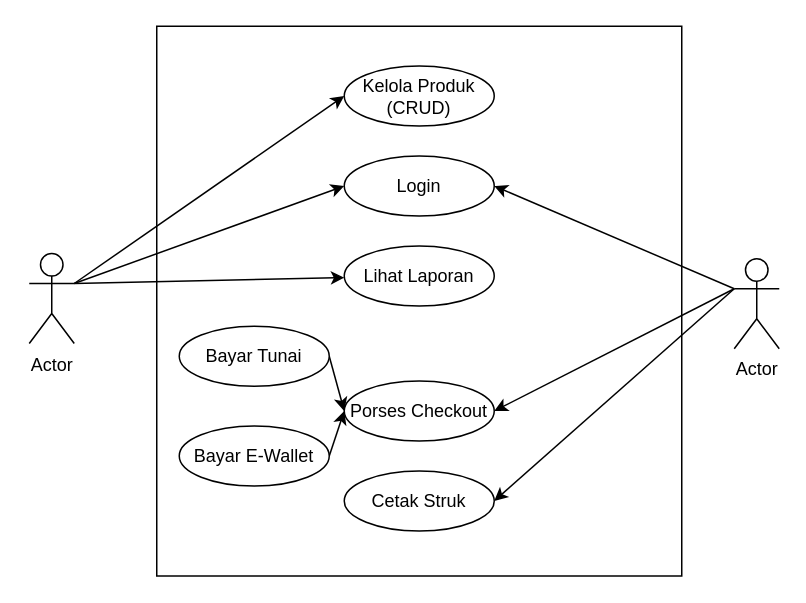
Above: page "usecase" (4 of 5) of praktikum/week6-uml-solid/src/uml/usecase_activity_sequence_class.drawio in yuriya-dev/oop-202501-240202889 (draw.io), before the change. Source tidied: cells renumbered, new cells numbered last; positions are measured from the earlier drawing's top-left corner, leaving out a move shared by most shapes. Both pictures are drawn from the tidied source at 150%, with x=0, y=0 at pixel (28, 26).
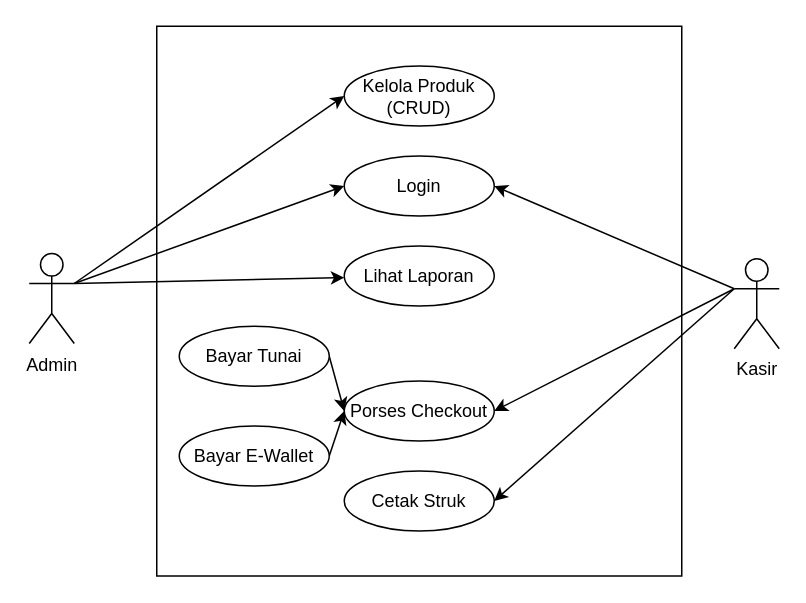
The same page after the edit.

Diff of the diagram source:
```diff
@@
 <mxGraphModel>
   <root>
     <mxCell id="0" />
     <mxCell id="1" parent="0" />
     <mxCell id="2" style="rounded=0;whiteSpace=wrap;html=1;" parent="1" vertex="1">
       <mxGeometry x="85" width="350" height="366.5" as="geometry" />
     </mxCell>
     <mxCell id="3" style="rounded=0;jettySize=auto;html=1;exitX=1;exitY=0.3333333333333333;exitDx=0;exitDy=0;exitPerimeter=0;entryX=0;entryY=0.5;entryDx=0;entryDy=0;" parent="1" edge="1" source="6" target="7">
       <mxGeometry relative="1" as="geometry" />
     </mxCell>
     <mxCell id="4" style="rounded=0;jettySize=auto;html=1;exitX=1;exitY=0.3333333333333333;exitDx=0;exitDy=0;exitPerimeter=0;entryX=0;entryY=0.5;entryDx=0;entryDy=0;" parent="1" edge="1" source="6" target="8">
       <mxGeometry relative="1" as="geometry" />
     </mxCell>
     <mxCell id="5" style="rounded=0;jettySize=auto;html=1;exitX=1;exitY=0.3333333333333333;exitDx=0;exitDy=0;exitPerimeter=0;" parent="1" edge="1" source="6" target="9">
       <mxGeometry relative="1" as="geometry" />
     </mxCell>
-    <mxCell id="6" value="Actor" style="shape=umlActor;verticalLabelPosition=bottom;verticalAlign=top;html=1;outlineConnect=0;" parent="1" vertex="1">
+    <mxCell id="6" value="Admin" style="shape=umlActor;verticalLabelPosition=bottom;verticalAlign=top;html=1;outlineConnect=0;" parent="1" vertex="1">
       <mxGeometry y="151.5" width="30" height="60" as="geometry" />
     </mxCell>
     <mxCell id="7" value="Kelola Produk (CRUD)" style="ellipse;whiteSpace=wrap;html=1;" parent="1" vertex="1">
       <mxGeometry x="210" y="26.5" width="100" height="40" as="geometry" />
     </mxCell>
     <mxCell id="8" value="Login" style="ellipse;whiteSpace=wrap;html=1;" parent="1" vertex="1">
       <mxGeometry x="210" y="86.5" width="100" height="40" as="geometry" />
     </mxCell>
     <mxCell id="9" value="Lihat Laporan" style="ellipse;whiteSpace=wrap;html=1;" parent="1" vertex="1">
       <mxGeometry x="210" y="146.5" width="100" height="40" as="geometry" />
     </mxCell>
     <mxCell id="10" style="rounded=0;jettySize=auto;html=1;exitX=1;exitY=0.5;exitDx=0;exitDy=0;entryX=0;entryY=0.5;entryDx=0;entryDy=0;" parent="1" edge="1" source="11" target="18">
       <mxGeometry relative="1" as="geometry" />
     </mxCell>
     <mxCell id="11" value="Bayar Tunai" style="ellipse;whiteSpace=wrap;html=1;" parent="1" vertex="1">
       <mxGeometry x="100" y="200" width="100" height="40" as="geometry" />
     </mxCell>
     <mxCell id="12" style="rounded=0;jettySize=auto;html=1;exitX=0;exitY=0.3333333333333333;exitDx=0;exitDy=0;exitPerimeter=0;entryX=1;entryY=0.5;entryDx=0;entryDy=0;" parent="1" edge="1" source="15" target="8">
       <mxGeometry relative="1" as="geometry" />
     </mxCell>
     <mxCell id="13" style="rounded=0;jettySize=auto;html=1;exitX=0;exitY=0.3333333333333333;exitDx=0;exitDy=0;exitPerimeter=0;entryX=1;entryY=0.5;entryDx=0;entryDy=0;" parent="1" edge="1" source="15" target="18">
       <mxGeometry relative="1" as="geometry" />
     </mxCell>
     <mxCell id="14" style="rounded=0;jettySize=auto;html=1;exitX=0;exitY=0.3333333333333333;exitDx=0;exitDy=0;exitPerimeter=0;entryX=1;entryY=0.5;entryDx=0;entryDy=0;" parent="1" edge="1" source="15" target="19">
       <mxGeometry relative="1" as="geometry" />
     </mxCell>
-    <mxCell id="15" value="Actor" style="shape=umlActor;verticalLabelPosition=bottom;verticalAlign=top;html=1;outlineConnect=0;" parent="1" vertex="1">
+    <mxCell id="15" value="Kasir" style="shape=umlActor;verticalLabelPosition=bottom;verticalAlign=top;html=1;outlineConnect=0;" parent="1" vertex="1">
       <mxGeometry x="470" y="155" width="30" height="60" as="geometry" />
     </mxCell>
     <mxCell id="16" style="rounded=0;jettySize=auto;html=1;exitX=1;exitY=0.5;exitDx=0;exitDy=0;entryX=0;entryY=0.5;entryDx=0;entryDy=0;" parent="1" edge="1" source="17" target="18">
       <mxGeometry relative="1" as="geometry" />
     </mxCell>
     <mxCell id="17" value="Bayar E-Wallet" style="ellipse;whiteSpace=wrap;html=1;" parent="1" vertex="1">
       <mxGeometry x="100" y="266.5" width="100" height="40" as="geometry" />
     </mxCell>
     <mxCell id="18" value="Porses Checkout" style="ellipse;whiteSpace=wrap;html=1;" parent="1" vertex="1">
       <mxGeometry x="210" y="236.5" width="100" height="40" as="geometry" />
     </mxCell>
     <mxCell id="19" value="Cetak Struk" style="ellipse;whiteSpace=wrap;html=1;" parent="1" vertex="1">
       <mxGeometry x="210" y="296.5" width="100" height="40" as="geometry" />
     </mxCell>
   </root>
 </mxGraphModel>
```
